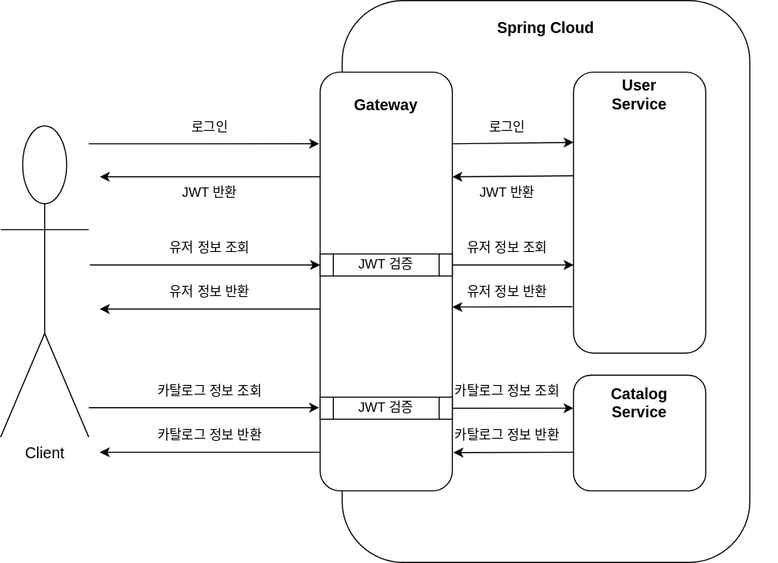
This is document/gateway/gateway_security.svg from roy-zz/spring-cloud, a draw.io export, as it was before one commit. Source tidied: cells renumbered, new cells last; positions are measured from the earlier drawing's top-left corner, leaving out a move shared by most shapes.
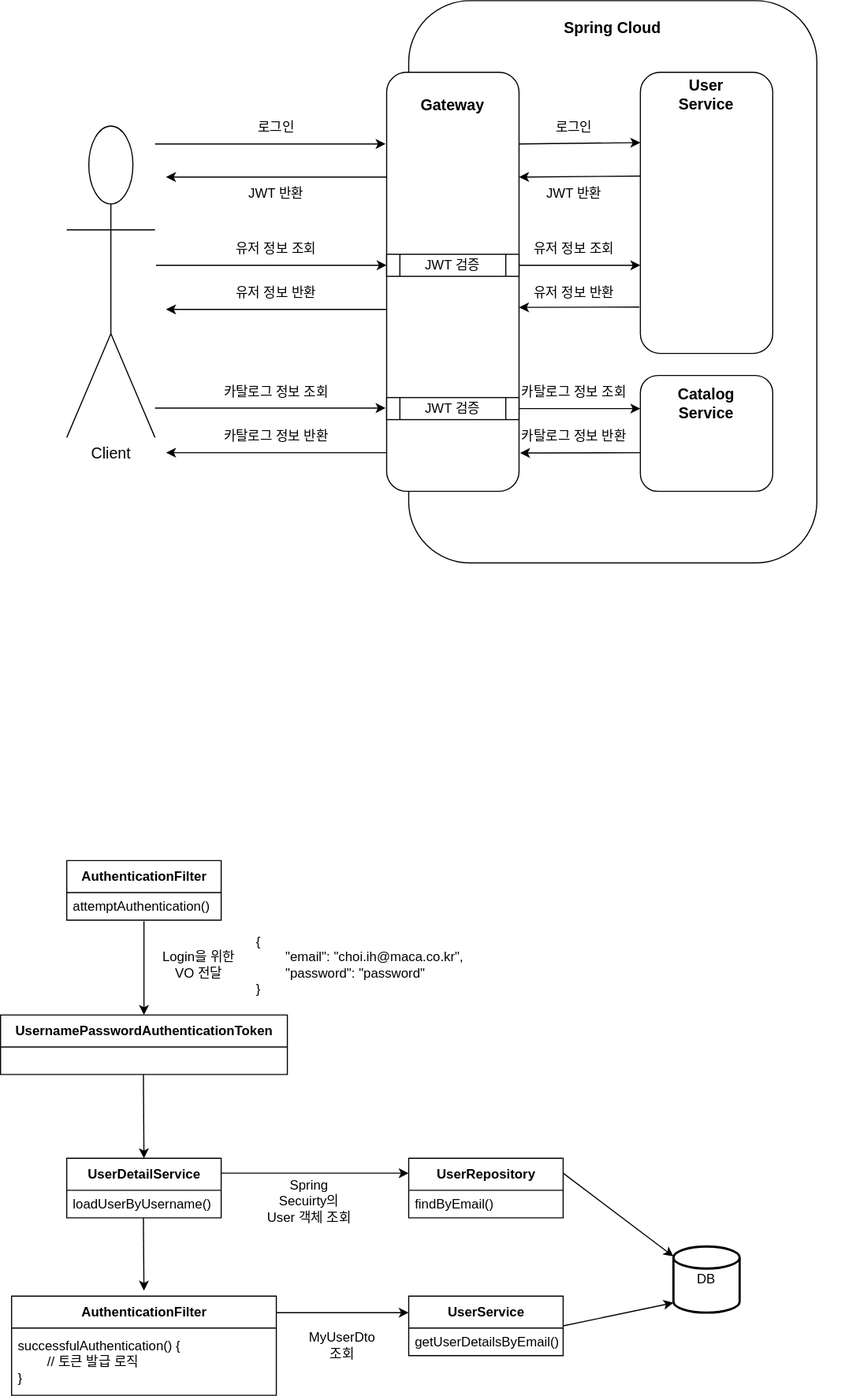
Above is the later version.

Commit message:
Gateway 시큐리티 검증 문서 추가

What changed in the source:
```diff
@@ -137,5 +137,83 @@
     <mxCell id="37" value="카탈로그 정보 반환" style="text;html=1;strokeColor=none;fillColor=none;align=center;verticalAlign=middle;whiteSpace=wrap;rounded=0;fontStyle=0;fontSize=12;" parent="1" vertex="1">
       <mxGeometry x="410" y="380" width="100" height="30" as="geometry" />
     </mxCell>
+    <mxCell id="38" value="AuthenticationFilter" style="swimlane;fontStyle=1;align=center;verticalAlign=middle;horizontal=1;startSize=29;html=1;" parent="1" vertex="1">
+      <mxGeometry y="780" width="140" height="54" as="geometry" />
+    </mxCell>
+    <mxCell id="39" value="attemptAuthentication()" style="text;html=1;strokeColor=none;fillColor=none;align=left;verticalAlign=middle;spacingLeft=4;spacingRight=4;overflow=hidden;points=[[0,0.5],[1,0.5]];portConstraint=eastwest;" parent="38" vertex="1">
+      <mxGeometry y="29" width="140" height="25" as="geometry" />
+    </mxCell>
+    <mxCell id="40" value="UsernamePasswordAuthenticationToken" style="swimlane;fontStyle=1;align=center;verticalAlign=middle;horizontal=1;startSize=29;html=1;" parent="1" vertex="1">
+      <mxGeometry x="-60" y="920" width="260" height="54" as="geometry" />
+    </mxCell>
+    <mxCell id="41" value="UserDetailService" style="swimlane;fontStyle=1;align=center;verticalAlign=middle;horizontal=1;startSize=29;html=1;" parent="1" vertex="1">
+      <mxGeometry y="1050" width="140" height="54" as="geometry" />
+    </mxCell>
+    <mxCell id="42" value="loadUserByUsername()" style="text;html=1;strokeColor=none;fillColor=none;align=left;verticalAlign=middle;spacingLeft=4;spacingRight=4;overflow=hidden;" parent="41" vertex="1">
+      <mxGeometry y="29" width="140" height="25" as="geometry" />
+    </mxCell>
+    <mxCell id="43" value="AuthenticationFilter" style="swimlane;fontStyle=1;align=center;verticalAlign=middle;horizontal=1;startSize=29;html=1;" parent="1" vertex="1">
+      <mxGeometry x="-50" y="1175" width="240" height="90" as="geometry" />
+    </mxCell>
+    <mxCell id="44" value="successfulAuthentication() {&lt;br&gt;&lt;span style=&quot;white-space: pre&quot;&gt;&#9;&lt;/span&gt;// 토큰 발급 로직&lt;br&gt;}" style="text;html=1;strokeColor=none;fillColor=none;align=left;verticalAlign=middle;spacingLeft=4;spacingRight=4;overflow=hidden;" parent="43" vertex="1">
+      <mxGeometry y="29" width="240" height="61" as="geometry" />
+    </mxCell>
+    <mxCell id="45" style="endArrow=classic;html=1;rounded=0;exitX=0.5;exitY=1.04;exitDx=0;exitDy=0;exitPerimeter=0;entryX=0.5;entryY=0;entryDx=0;entryDy=0;" parent="1" edge="1" source="39" target="40">
+      <mxGeometry relative="1" as="geometry" />
+    </mxCell>
+    <mxCell id="46" value="Login을 위한 VO 전달" style="text;html=1;strokeColor=none;fillColor=none;align=center;verticalAlign=middle;whiteSpace=wrap;rounded=0;" parent="1" vertex="1">
+      <mxGeometry x="80" y="860" width="80" height="30" as="geometry" />
+    </mxCell>
+    <mxCell id="47" value="&lt;div&gt;&lt;span&gt;{&lt;/span&gt;&lt;/div&gt;&lt;div&gt;&lt;span&gt;&lt;span style=&quot;white-space: pre&quot;&gt;&#9;&lt;/span&gt;&quot;email&quot;: &quot;choi.ih@maca.co.kr&quot;,&lt;/span&gt;&lt;/div&gt;&lt;div&gt;&lt;span&gt;&lt;span style=&quot;white-space: pre&quot;&gt;&#9;&lt;/span&gt;&quot;password&quot;: &quot;password&quot;&lt;br&gt;&lt;/span&gt;&lt;/div&gt;&lt;div&gt;&lt;span&gt;}&lt;/span&gt;&lt;/div&gt;" style="text;html=1;strokeColor=none;fillColor=none;align=left;verticalAlign=middle;whiteSpace=wrap;rounded=0;" parent="1" vertex="1">
+      <mxGeometry x="170" y="860" width="280" height="30" as="geometry" />
+    </mxCell>
+    <mxCell id="48" value="UserRepository" style="swimlane;fontStyle=1;align=center;verticalAlign=middle;horizontal=1;startSize=29;html=1;" parent="1" vertex="1">
+      <mxGeometry x="310" y="1050" width="140" height="54" as="geometry" />
+    </mxCell>
+    <mxCell id="49" value="findByEmail()" style="text;html=1;strokeColor=none;fillColor=none;align=left;verticalAlign=middle;spacingLeft=4;spacingRight=4;overflow=hidden;" parent="48" vertex="1">
+      <mxGeometry y="29" width="140" height="25" as="geometry" />
+    </mxCell>
+    <mxCell id="50" style="endArrow=classic;html=1;rounded=0;exitX=0.5;exitY=1.04;exitDx=0;exitDy=0;exitPerimeter=0;" parent="1" edge="1">
+      <mxGeometry relative="1" as="geometry">
+        <mxPoint x="69.5" y="974" as="sourcePoint" />
+        <mxPoint x="70" y="1050" as="targetPoint" />
+      </mxGeometry>
+    </mxCell>
+    <mxCell id="51" style="endArrow=classic;html=1;rounded=0;exitX=1;exitY=0.25;exitDx=0;exitDy=0;entryX=0;entryY=0.25;entryDx=0;entryDy=0;" parent="1" edge="1" source="41" target="48">
+      <mxGeometry relative="1" as="geometry" />
+    </mxCell>
+    <mxCell id="52" value="Spring Secuirty의 User 객체 조회" style="text;html=1;strokeColor=none;fillColor=none;align=center;verticalAlign=middle;whiteSpace=wrap;rounded=0;" parent="1" vertex="1">
+      <mxGeometry x="180" y="1074" width="80" height="30" as="geometry" />
+    </mxCell>
+    <mxCell id="53" value="DB" style="strokeWidth=2;html=1;shape=mxgraph.flowchart.database;whiteSpace=wrap;align=center;" parent="1" vertex="1">
+      <mxGeometry x="550" y="1130" width="60" height="60" as="geometry" />
+    </mxCell>
+    <mxCell id="54" style="endArrow=classic;html=1;rounded=0;exitX=1;exitY=0.25;exitDx=0;exitDy=0;entryX=0;entryY=0.15;entryDx=0;entryDy=0;entryPerimeter=0;" parent="1" edge="1" source="48" target="53">
+      <mxGeometry relative="1" as="geometry" />
+    </mxCell>
+    <mxCell id="55" value="UserService" style="swimlane;fontStyle=1;align=center;verticalAlign=middle;horizontal=1;startSize=29;html=1;" parent="1" vertex="1">
+      <mxGeometry x="310" y="1175" width="140" height="54" as="geometry" />
+    </mxCell>
+    <mxCell id="56" style="endArrow=classic;html=1;rounded=0;exitX=1;exitY=0.25;exitDx=0;exitDy=0;" parent="55" edge="1">
+      <mxGeometry relative="1" as="geometry">
+        <mxPoint x="-120" y="15" as="sourcePoint" />
+        <mxPoint y="15" as="targetPoint" />
+      </mxGeometry>
+    </mxCell>
+    <mxCell id="57" value="getUserDetailsByEmail()" style="text;html=1;strokeColor=none;fillColor=none;align=left;verticalAlign=middle;spacingLeft=4;spacingRight=4;overflow=hidden;" parent="55" vertex="1">
+      <mxGeometry y="29" width="140" height="25" as="geometry" />
+    </mxCell>
+    <mxCell id="58" value="MyUserDto&lt;br&gt;조회" style="text;html=1;strokeColor=none;fillColor=none;align=center;verticalAlign=middle;whiteSpace=wrap;rounded=0;" parent="1" vertex="1">
+      <mxGeometry x="210" y="1205" width="80" height="30" as="geometry" />
+    </mxCell>
+    <mxCell id="59" style="endArrow=classic;html=1;rounded=0;exitX=1;exitY=0.5;exitDx=0;exitDy=0;entryX=0;entryY=0.85;entryDx=0;entryDy=0;entryPerimeter=0;" parent="1" edge="1" source="55" target="53">
+      <mxGeometry relative="1" as="geometry" />
+    </mxCell>
+    <mxCell id="60" style="endArrow=classic;html=1;rounded=0;exitX=0.5;exitY=1.04;exitDx=0;exitDy=0;exitPerimeter=0;" parent="1" edge="1">
+      <mxGeometry relative="1" as="geometry">
+        <mxPoint x="69.5" y="1104" as="sourcePoint" />
+        <mxPoint x="70" y="1170" as="targetPoint" />
+      </mxGeometry>
+    </mxCell>
   </root>
 </mxGraphModel>
```
